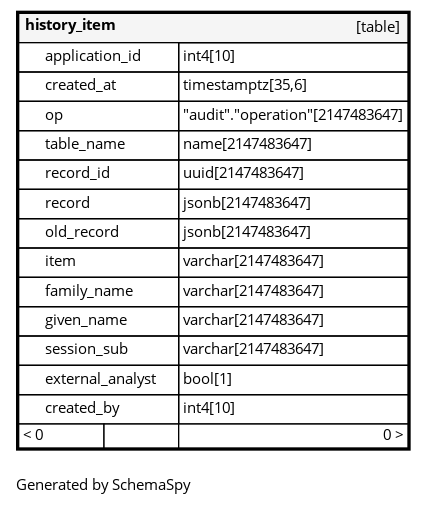
Earlier version of the Graphviz export schemaspy/ccbc_public/diagrams/tables/history_item.1degree.png (bcgov/CONN-CCBC-portal). Its source is kept beside it as schemaspy/ccbc_public/diagrams/tables/history_item.1degree.dot.
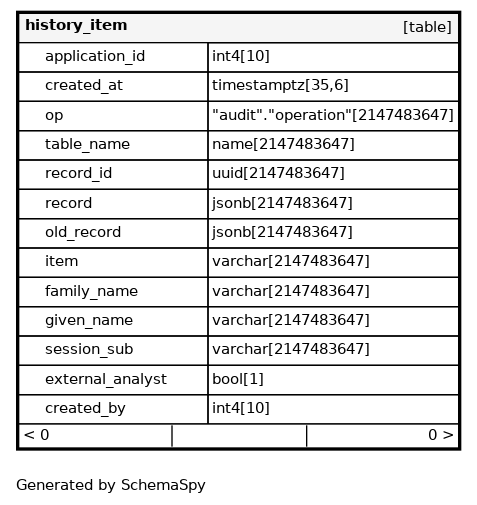
After the commit.

What changed in the source:
```diff
@@ -1,23 +1,23 @@
 digraph "oneDegreeRelationshipsDiagram" {
-  graph [    rankdir="RL"    bgcolor="#ffffff"    label="\nGenerated by SchemaSpy"    labeljust="l"    nodesep="0.18"    ranksep="0.46"    fontname="Helvetica"    fontsize="11"    ration="compress"  ];  node [    fontname="Helvetica"    fontsize="11"    shape="plaintext"  ];  edge [    arrowsize="0.8"  ];
+  graph [    rankdir="RL"    bgcolor="#ffffff"    label="\nGenerated by SchemaSpy"    labeljust="l"    nodesep="0.18"    ranksep="0.46"    fontname="Helvetica"    fontsize="11"    packmode="graph"  ];  node [    fontname="Helvetica"    fontsize="11"    shape="plaintext"  ];  edge [    arrowsize="0.8"  ];
   "history_item" [
    label=<
     <TABLE BORDER="2" CELLBORDER="1" CELLSPACING="0" BGCOLOR="#ffffff">
-      <TR><TD COLSPAN="4"  BGCOLOR="#f5f5f5"><TABLE BORDER="0" CELLSPACING="0"><TR><TD ALIGN="LEFT" FIXEDSIZE="TRUE" WIDTH="75" HEIGHT="16"><B>history_item</B></TD><TD ALIGN="RIGHT">[table]</TD></TR></TABLE></TD></TR>
-      <TR><TD PORT="application_id" COLSPAN="2" BGCOLOR="#ffffff" ALIGN="LEFT"><TABLE BORDER="0" CELLSPACING="0" ALIGN="LEFT"><TR ALIGN="LEFT"><TD ALIGN="LEFT" FIXEDSIZE="TRUE" WIDTH="15" HEIGHT="16"></TD><TD ALIGN="LEFT" FIXEDSIZE="TRUE" WIDTH="99" HEIGHT="16">application_id</TD></TR></TABLE></TD><TD PORT="application_id.type" ALIGN="LEFT">int4[10]</TD></TR>
-      <TR><TD PORT="created_at" COLSPAN="2" ALIGN="LEFT"><TABLE BORDER="0" CELLSPACING="0" ALIGN="LEFT"><TR ALIGN="LEFT"><TD ALIGN="LEFT" FIXEDSIZE="TRUE" WIDTH="15" HEIGHT="16"></TD><TD ALIGN="LEFT" FIXEDSIZE="TRUE" WIDTH="99" HEIGHT="16">created_at</TD></TR></TABLE></TD><TD PORT="created_at.type" ALIGN="LEFT">timestamptz[35,6]</TD></TR>
-      <TR><TD PORT="op" COLSPAN="2" ALIGN="LEFT"><TABLE BORDER="0" CELLSPACING="0" ALIGN="LEFT"><TR ALIGN="LEFT"><TD ALIGN="LEFT" FIXEDSIZE="TRUE" WIDTH="15" HEIGHT="16"></TD><TD ALIGN="LEFT" FIXEDSIZE="TRUE" WIDTH="99" HEIGHT="16">op</TD></TR></TABLE></TD><TD PORT="op.type" ALIGN="LEFT">&quot;audit&quot;.&quot;operation&quot;[2147483647]</TD></TR>
-      <TR><TD PORT="table_name" COLSPAN="2" ALIGN="LEFT"><TABLE BORDER="0" CELLSPACING="0" ALIGN="LEFT"><TR ALIGN="LEFT"><TD ALIGN="LEFT" FIXEDSIZE="TRUE" WIDTH="15" HEIGHT="16"></TD><TD ALIGN="LEFT" FIXEDSIZE="TRUE" WIDTH="99" HEIGHT="16">table_name</TD></TR></TABLE></TD><TD PORT="table_name.type" ALIGN="LEFT">name[2147483647]</TD></TR>
-      <TR><TD PORT="record_id" COLSPAN="2" ALIGN="LEFT"><TABLE BORDER="0" CELLSPACING="0" ALIGN="LEFT"><TR ALIGN="LEFT"><TD ALIGN="LEFT" FIXEDSIZE="TRUE" WIDTH="15" HEIGHT="16"></TD><TD ALIGN="LEFT" FIXEDSIZE="TRUE" WIDTH="99" HEIGHT="16">record_id</TD></TR></TABLE></TD><TD PORT="record_id.type" ALIGN="LEFT">uuid[2147483647]</TD></TR>
-      <TR><TD PORT="record" COLSPAN="2" ALIGN="LEFT"><TABLE BORDER="0" CELLSPACING="0" ALIGN="LEFT"><TR ALIGN="LEFT"><TD ALIGN="LEFT" FIXEDSIZE="TRUE" WIDTH="15" HEIGHT="16"></TD><TD ALIGN="LEFT" FIXEDSIZE="TRUE" WIDTH="99" HEIGHT="16">record</TD></TR></TABLE></TD><TD PORT="record.type" ALIGN="LEFT">jsonb[2147483647]</TD></TR>
-      <TR><TD PORT="old_record" COLSPAN="2" ALIGN="LEFT"><TABLE BORDER="0" CELLSPACING="0" ALIGN="LEFT"><TR ALIGN="LEFT"><TD ALIGN="LEFT" FIXEDSIZE="TRUE" WIDTH="15" HEIGHT="16"></TD><TD ALIGN="LEFT" FIXEDSIZE="TRUE" WIDTH="99" HEIGHT="16">old_record</TD></TR></TABLE></TD><TD PORT="old_record.type" ALIGN="LEFT">jsonb[2147483647]</TD></TR>
-      <TR><TD PORT="item" COLSPAN="2" ALIGN="LEFT"><TABLE BORDER="0" CELLSPACING="0" ALIGN="LEFT"><TR ALIGN="LEFT"><TD ALIGN="LEFT" FIXEDSIZE="TRUE" WIDTH="15" HEIGHT="16"></TD><TD ALIGN="LEFT" FIXEDSIZE="TRUE" WIDTH="99" HEIGHT="16">item</TD></TR></TABLE></TD><TD PORT="item.type" ALIGN="LEFT">varchar[2147483647]</TD></TR>
-      <TR><TD PORT="family_name" COLSPAN="2" ALIGN="LEFT"><TABLE BORDER="0" CELLSPACING="0" ALIGN="LEFT"><TR ALIGN="LEFT"><TD ALIGN="LEFT" FIXEDSIZE="TRUE" WIDTH="15" HEIGHT="16"></TD><TD ALIGN="LEFT" FIXEDSIZE="TRUE" WIDTH="99" HEIGHT="16">family_name</TD></TR></TABLE></TD><TD PORT="family_name.type" ALIGN="LEFT">varchar[2147483647]</TD></TR>
-      <TR><TD PORT="given_name" COLSPAN="2" ALIGN="LEFT"><TABLE BORDER="0" CELLSPACING="0" ALIGN="LEFT"><TR ALIGN="LEFT"><TD ALIGN="LEFT" FIXEDSIZE="TRUE" WIDTH="15" HEIGHT="16"></TD><TD ALIGN="LEFT" FIXEDSIZE="TRUE" WIDTH="99" HEIGHT="16">given_name</TD></TR></TABLE></TD><TD PORT="given_name.type" ALIGN="LEFT">varchar[2147483647]</TD></TR>
-      <TR><TD PORT="session_sub" COLSPAN="2" ALIGN="LEFT"><TABLE BORDER="0" CELLSPACING="0" ALIGN="LEFT"><TR ALIGN="LEFT"><TD ALIGN="LEFT" FIXEDSIZE="TRUE" WIDTH="15" HEIGHT="16"></TD><TD ALIGN="LEFT" FIXEDSIZE="TRUE" WIDTH="99" HEIGHT="16">session_sub</TD></TR></TABLE></TD><TD PORT="session_sub.type" ALIGN="LEFT">varchar[2147483647]</TD></TR>
-      <TR><TD PORT="external_analyst" COLSPAN="2" ALIGN="LEFT"><TABLE BORDER="0" CELLSPACING="0" ALIGN="LEFT"><TR ALIGN="LEFT"><TD ALIGN="LEFT" FIXEDSIZE="TRUE" WIDTH="15" HEIGHT="16"></TD><TD ALIGN="LEFT" FIXEDSIZE="TRUE" WIDTH="99" HEIGHT="16">external_analyst</TD></TR></TABLE></TD><TD PORT="external_analyst.type" ALIGN="LEFT">bool[1]</TD></TR>
-      <TR><TD PORT="created_by" COLSPAN="2" ALIGN="LEFT"><TABLE BORDER="0" CELLSPACING="0" ALIGN="LEFT"><TR ALIGN="LEFT"><TD ALIGN="LEFT" FIXEDSIZE="TRUE" WIDTH="15" HEIGHT="16"></TD><TD ALIGN="LEFT" FIXEDSIZE="TRUE" WIDTH="99" HEIGHT="16">created_by</TD></TR></TABLE></TD><TD PORT="created_by.type" ALIGN="LEFT">int4[10]</TD></TR>
-      <TR><TD ALIGN="LEFT" BGCOLOR="#ffffff">&lt; 0</TD><TD ALIGN="RIGHT" BGCOLOR="#ffffff">  </TD><TD ALIGN="RIGHT" BGCOLOR="#ffffff">0 &gt;</TD></TR>
+      <TR><TD COLSPAN="4"  BGCOLOR="#f5f5f5"><TABLE BORDER="0" CELLSPACING="0"><TR><TD ALIGN="LEFT" FIXEDSIZE="TRUE" WIDTH="91" HEIGHT="16"><B>history_item</B></TD><TD ALIGN="RIGHT">[table]</TD></TR></TABLE></TD></TR>
+      <TR><TD PORT="application_id" COLSPAN="2" BGCOLOR="#ffffff" ALIGN="LEFT"><TABLE BORDER="0" CELLSPACING="0" ALIGN="LEFT"><TR ALIGN="LEFT"><TD ALIGN="LEFT" FIXEDSIZE="TRUE" WIDTH="15" HEIGHT="16"></TD><TD ALIGN="LEFT" FIXEDSIZE="TRUE" WIDTH="121" HEIGHT="16">application_id</TD></TR></TABLE></TD><TD PORT="application_id.type" ALIGN="LEFT">int4[10]</TD></TR>
+      <TR><TD PORT="created_at" COLSPAN="2" ALIGN="LEFT"><TABLE BORDER="0" CELLSPACING="0" ALIGN="LEFT"><TR ALIGN="LEFT"><TD ALIGN="LEFT" FIXEDSIZE="TRUE" WIDTH="15" HEIGHT="16"></TD><TD ALIGN="LEFT" FIXEDSIZE="TRUE" WIDTH="121" HEIGHT="16">created_at</TD></TR></TABLE></TD><TD PORT="created_at.type" ALIGN="LEFT">timestamptz[35,6]</TD></TR>
+      <TR><TD PORT="op" COLSPAN="2" ALIGN="LEFT"><TABLE BORDER="0" CELLSPACING="0" ALIGN="LEFT"><TR ALIGN="LEFT"><TD ALIGN="LEFT" FIXEDSIZE="TRUE" WIDTH="15" HEIGHT="16"></TD><TD ALIGN="LEFT" FIXEDSIZE="TRUE" WIDTH="121" HEIGHT="16">op</TD></TR></TABLE></TD><TD PORT="op.type" ALIGN="LEFT">&quot;audit&quot;.&quot;operation&quot;[2147483647]</TD></TR>
+      <TR><TD PORT="table_name" COLSPAN="2" ALIGN="LEFT"><TABLE BORDER="0" CELLSPACING="0" ALIGN="LEFT"><TR ALIGN="LEFT"><TD ALIGN="LEFT" FIXEDSIZE="TRUE" WIDTH="15" HEIGHT="16"></TD><TD ALIGN="LEFT" FIXEDSIZE="TRUE" WIDTH="121" HEIGHT="16">table_name</TD></TR></TABLE></TD><TD PORT="table_name.type" ALIGN="LEFT">name[2147483647]</TD></TR>
+      <TR><TD PORT="record_id" COLSPAN="2" ALIGN="LEFT"><TABLE BORDER="0" CELLSPACING="0" ALIGN="LEFT"><TR ALIGN="LEFT"><TD ALIGN="LEFT" FIXEDSIZE="TRUE" WIDTH="15" HEIGHT="16"></TD><TD ALIGN="LEFT" FIXEDSIZE="TRUE" WIDTH="121" HEIGHT="16">record_id</TD></TR></TABLE></TD><TD PORT="record_id.type" ALIGN="LEFT">uuid[2147483647]</TD></TR>
+      <TR><TD PORT="record" COLSPAN="2" ALIGN="LEFT"><TABLE BORDER="0" CELLSPACING="0" ALIGN="LEFT"><TR ALIGN="LEFT"><TD ALIGN="LEFT" FIXEDSIZE="TRUE" WIDTH="15" HEIGHT="16"></TD><TD ALIGN="LEFT" FIXEDSIZE="TRUE" WIDTH="121" HEIGHT="16">record</TD></TR></TABLE></TD><TD PORT="record.type" ALIGN="LEFT">jsonb[2147483647]</TD></TR>
+      <TR><TD PORT="old_record" COLSPAN="2" ALIGN="LEFT"><TABLE BORDER="0" CELLSPACING="0" ALIGN="LEFT"><TR ALIGN="LEFT"><TD ALIGN="LEFT" FIXEDSIZE="TRUE" WIDTH="15" HEIGHT="16"></TD><TD ALIGN="LEFT" FIXEDSIZE="TRUE" WIDTH="121" HEIGHT="16">old_record</TD></TR></TABLE></TD><TD PORT="old_record.type" ALIGN="LEFT">jsonb[2147483647]</TD></TR>
+      <TR><TD PORT="item" COLSPAN="2" ALIGN="LEFT"><TABLE BORDER="0" CELLSPACING="0" ALIGN="LEFT"><TR ALIGN="LEFT"><TD ALIGN="LEFT" FIXEDSIZE="TRUE" WIDTH="15" HEIGHT="16"></TD><TD ALIGN="LEFT" FIXEDSIZE="TRUE" WIDTH="121" HEIGHT="16">item</TD></TR></TABLE></TD><TD PORT="item.type" ALIGN="LEFT">varchar[2147483647]</TD></TR>
+      <TR><TD PORT="family_name" COLSPAN="2" ALIGN="LEFT"><TABLE BORDER="0" CELLSPACING="0" ALIGN="LEFT"><TR ALIGN="LEFT"><TD ALIGN="LEFT" FIXEDSIZE="TRUE" WIDTH="15" HEIGHT="16"></TD><TD ALIGN="LEFT" FIXEDSIZE="TRUE" WIDTH="121" HEIGHT="16">family_name</TD></TR></TABLE></TD><TD PORT="family_name.type" ALIGN="LEFT">varchar[2147483647]</TD></TR>
+      <TR><TD PORT="given_name" COLSPAN="2" ALIGN="LEFT"><TABLE BORDER="0" CELLSPACING="0" ALIGN="LEFT"><TR ALIGN="LEFT"><TD ALIGN="LEFT" FIXEDSIZE="TRUE" WIDTH="15" HEIGHT="16"></TD><TD ALIGN="LEFT" FIXEDSIZE="TRUE" WIDTH="121" HEIGHT="16">given_name</TD></TR></TABLE></TD><TD PORT="given_name.type" ALIGN="LEFT">varchar[2147483647]</TD></TR>
+      <TR><TD PORT="session_sub" COLSPAN="2" ALIGN="LEFT"><TABLE BORDER="0" CELLSPACING="0" ALIGN="LEFT"><TR ALIGN="LEFT"><TD ALIGN="LEFT" FIXEDSIZE="TRUE" WIDTH="15" HEIGHT="16"></TD><TD ALIGN="LEFT" FIXEDSIZE="TRUE" WIDTH="121" HEIGHT="16">session_sub</TD></TR></TABLE></TD><TD PORT="session_sub.type" ALIGN="LEFT">varchar[2147483647]</TD></TR>
+      <TR><TD PORT="external_analyst" COLSPAN="2" ALIGN="LEFT"><TABLE BORDER="0" CELLSPACING="0" ALIGN="LEFT"><TR ALIGN="LEFT"><TD ALIGN="LEFT" FIXEDSIZE="TRUE" WIDTH="15" HEIGHT="16"></TD><TD ALIGN="LEFT" FIXEDSIZE="TRUE" WIDTH="121" HEIGHT="16">external_analyst</TD></TR></TABLE></TD><TD PORT="external_analyst.type" ALIGN="LEFT">bool[1]</TD></TR>
+      <TR><TD PORT="created_by" COLSPAN="2" ALIGN="LEFT"><TABLE BORDER="0" CELLSPACING="0" ALIGN="LEFT"><TR ALIGN="LEFT"><TD ALIGN="LEFT" FIXEDSIZE="TRUE" WIDTH="15" HEIGHT="16"></TD><TD ALIGN="LEFT" FIXEDSIZE="TRUE" WIDTH="121" HEIGHT="16">created_by</TD></TR></TABLE></TD><TD PORT="created_by.type" ALIGN="LEFT">int4[10]</TD></TR>
+      <TR><TD ALIGN="LEFT" CELLPADDING="0" BGCOLOR="#ffffff" COLSPAN="4" ><TABLE BORDER="0" CELLBORDER="0" CELLSPACING="0"><TR><TD ALIGN="LEFT" BGCOLOR="#ffffff">&lt; 0</TD><VR/><TD ALIGN="CENTER" BGCOLOR="#ffffff">  </TD><VR/><TD ALIGN="RIGHT" BGCOLOR="#ffffff">0 &gt;</TD></TR></TABLE></TD></TR>
     </TABLE>>
     URL="history_item.html"
     target="_top"
```
